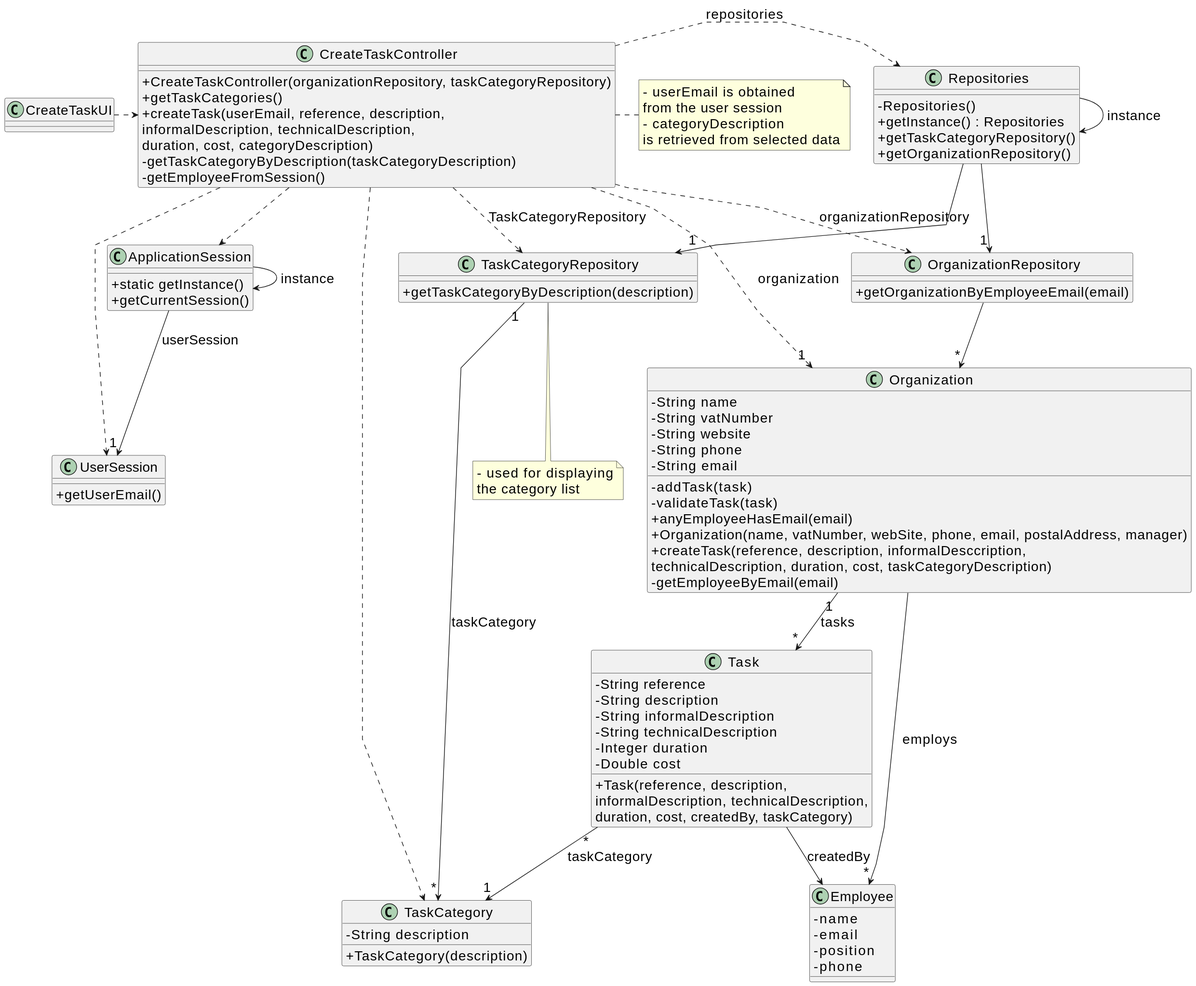
Before: docs/sprintA&B/us003/03.design/svg/us003-class-diagram.svg, a diagram exported from PlantUML (daniel41silva05/ISEP_2023_2024_LAPR2). Source of this version:
```plantuml
@startuml
skinparamlocked defaultFontSize 20
skinparam packageStyle rectangle
skinparam shadowing false
skinparam linetype polyline

skinparam classAttributeIconSize 0


class ApplicationSession
{
    + static getInstance()
    + getCurrentSession()
}

class UserSession
{
    + getUserEmail()
}

class Employee {
    - name
    - email
    - position
    - phone
}

class Task {
    - String reference
    - String description
    - String informalDescription
    - String technicalDescription
    - Integer duration
    - Double cost

    + Task(reference, description,\ninformalDescription, technicalDescription,\nduration, cost, createdBy, taskCategory)
}

class TaskCategory {
    - String description

    + TaskCategory(description)
}

class Organization {
    - String name
    - String vatNumber
    - String website
    - String phone
    - String email

    - addTask(task)
    - validateTask(task)
    + anyEmployeeHasEmail(email)
    + Organization(name, vatNumber, webSite, phone, email, postalAddress, manager)
    + createTask(reference, description, informalDesccription,\ntechnicalDescription, duration, cost, taskCategoryDescription)
    - getEmployeeByEmail(email)

}

class TaskCategoryRepository {
    + getTaskCategoryByDescription(description)
}

class OrganizationRepository {
    + getOrganizationByEmployeeEmail(email)
}

class Repositories {
    - Repositories()
    + getInstance() : Repositories
    + getTaskCategoryRepository()
    + getOrganizationRepository()
}

class CreateTaskController {
    + CreateTaskController(organizationRepository, taskCategoryRepository)
    + getTaskCategories()
    + createTask(userEmail, reference, description,\ninformalDescription, technicalDescription,\nduration, cost, categoryDescription)
    - getTaskCategoryByDescription(taskCategoryDescription)
    - getEmployeeFromSession()
}

note right of CreateTaskController
    - userEmail is obtained
    from the user session
    - categoryDescription
    is retrieved from selected data
end note

note bottom of TaskCategoryRepository
    - used for displaying
    the category list
end note

class CreateTaskUI {
}

Repositories -> Repositories : instance
ApplicationSession -> ApplicationSession : instance

CreateTaskUI .> CreateTaskController

CreateTaskController .> Repositories : repositories

Repositories -> "1" TaskCategoryRepository

CreateTaskController ..> TaskCategory
CreateTaskController ..> OrganizationRepository : organizationRepository
CreateTaskController ..> TaskCategoryRepository : TaskCategoryRepository

Repositories --> "1" OrganizationRepository

OrganizationRepository --> "*" Organization
ApplicationSession --> "1" UserSession : userSession

CreateTaskController ..> "1" Organization : organization
CreateTaskController ..> ApplicationSession
CreateTaskController ..> UserSession
Task "*" --> "1" TaskCategory : taskCategory
TaskCategoryRepository "1" --> "*" TaskCategory : taskCategory
Organization "1" --> "*" Task : tasks
Task --> Employee : createdBy

Organization --> "*" Employee : employs
@enduml
```
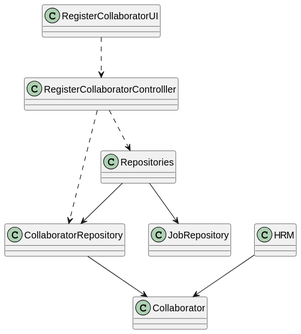
The same file after the commit.

Commit message:
ED-17 US03 - creation of classes on CD

Diff of the diagram source:
```diff
@@ -1,5 +1,4 @@
 @startuml
-skinparamlocked defaultFontSize 20
 skinparam packageStyle rectangle
 skinparam shadowing false
 skinparam linetype polyline
@@ -7,120 +6,39 @@
 skinparam classAttributeIconSize 0
 
 
-class ApplicationSession
-{
-    + static getInstance()
-    + getCurrentSession()
-}
-
-class UserSession
-{
-    + getUserEmail()
-}
-
-class Employee {
-    - name
-    - email
-    - position
-    - phone
-}
-
-class Task {
-    - String reference
-    - String description
-    - String informalDescription
-    - String technicalDescription
-    - Integer duration
-    - Double cost
-
-    + Task(reference, description,\ninformalDescription, technicalDescription,\nduration, cost, createdBy, taskCategory)
-}
-
-class TaskCategory {
-    - String description
-
-    + TaskCategory(description)
-}
-
-class Organization {
-    - String name
-    - String vatNumber
-    - String website
-    - String phone
-    - String email
-
-    - addTask(task)
-    - validateTask(task)
-    + anyEmployeeHasEmail(email)
-    + Organization(name, vatNumber, webSite, phone, email, postalAddress, manager)
-    + createTask(reference, description, informalDesccription,\ntechnicalDescription, duration, cost, taskCategoryDescription)
-    - getEmployeeByEmail(email)
+class RegisterCollaboratorUI {
 
 }
 
-class TaskCategoryRepository {
-    + getTaskCategoryByDescription(description)
+class RegisterCollaboratorControlller {
+
 }
 
-class OrganizationRepository {
-    + getOrganizationByEmployeeEmail(email)
+class CollaboratorRepository {
+
+}
+
+class Collaborator {
+
+}
+
+class JobRepository {
+
+}
+
+class HRM {
+
 }
 
 class Repositories {
-    - Repositories()
-    + getInstance() : Repositories
-    + getTaskCategoryRepository()
-    + getOrganizationRepository()
+
 }
 
-class CreateTaskController {
-    + CreateTaskController(organizationRepository, taskCategoryRepository)
-    + getTaskCategories()
-    + createTask(userEmail, reference, description,\ninformalDescription, technicalDescription,\nduration, cost, categoryDescription)
-    - getTaskCategoryByDescription(taskCategoryDescription)
-    - getEmployeeFromSession()
-}
-
-note right of CreateTaskController
-    - userEmail is obtained
-    from the user session
-    - categoryDescription
-    is retrieved from selected data
-end note
-
-note bottom of TaskCategoryRepository
-    - used for displaying
-    the category list
-end note
-
-class CreateTaskUI {
-}
-
-Repositories -> Repositories : instance
-ApplicationSession -> ApplicationSession : instance
-
-CreateTaskUI .> CreateTaskController
-
-CreateTaskController .> Repositories : repositories
-
-Repositories -> "1" TaskCategoryRepository
-
-CreateTaskController ..> TaskCategory
-CreateTaskController ..> OrganizationRepository : organizationRepository
-CreateTaskController ..> TaskCategoryRepository : TaskCategoryRepository
-
-Repositories --> "1" OrganizationRepository
-
-OrganizationRepository --> "*" Organization
-ApplicationSession --> "1" UserSession : userSession
-
-CreateTaskController ..> "1" Organization : organization
-CreateTaskController ..> ApplicationSession
-CreateTaskController ..> UserSession
-Task "*" --> "1" TaskCategory : taskCategory
-TaskCategoryRepository "1" --> "*" TaskCategory : taskCategory
-Organization "1" --> "*" Task : tasks
-Task --> Employee : createdBy
-
-Organization --> "*" Employee : employs
+RegisterCollaboratorUI ..> RegisterCollaboratorControlller
+RegisterCollaboratorControlller ..> Repositories
+RegisterCollaboratorControlller ..> CollaboratorRepository
+CollaboratorRepository --> Collaborator
+HRM --> Collaborator
+Repositories --> CollaboratorRepository
+Repositories --> JobRepository
 @enduml
```
